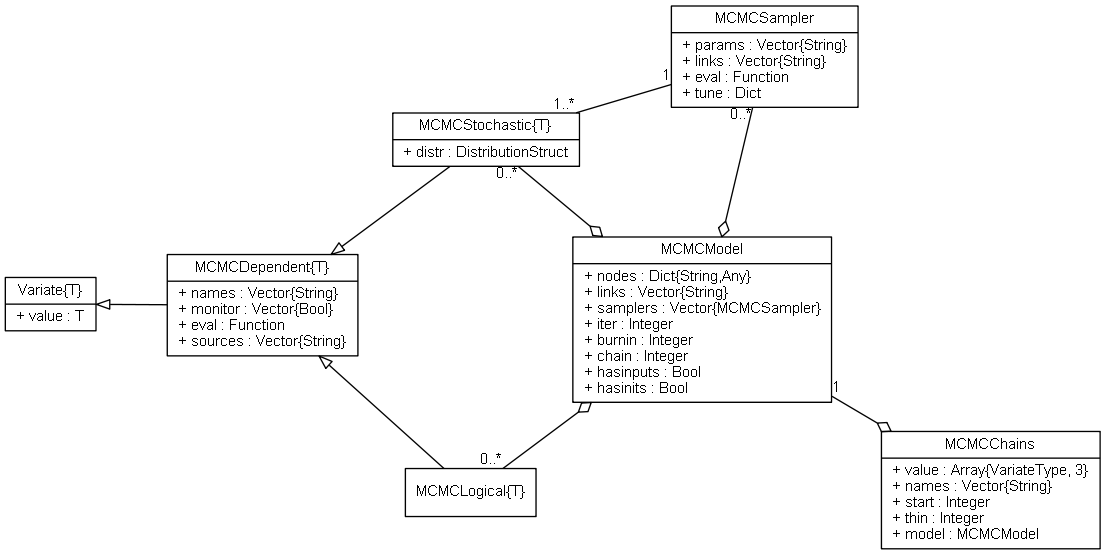
Above: doc/images/mcmcUML.png in brian-j-smith/Mamba.jl (Graphviz), before the change. Its source is kept beside it as doc/images/mcmcUML.dot.
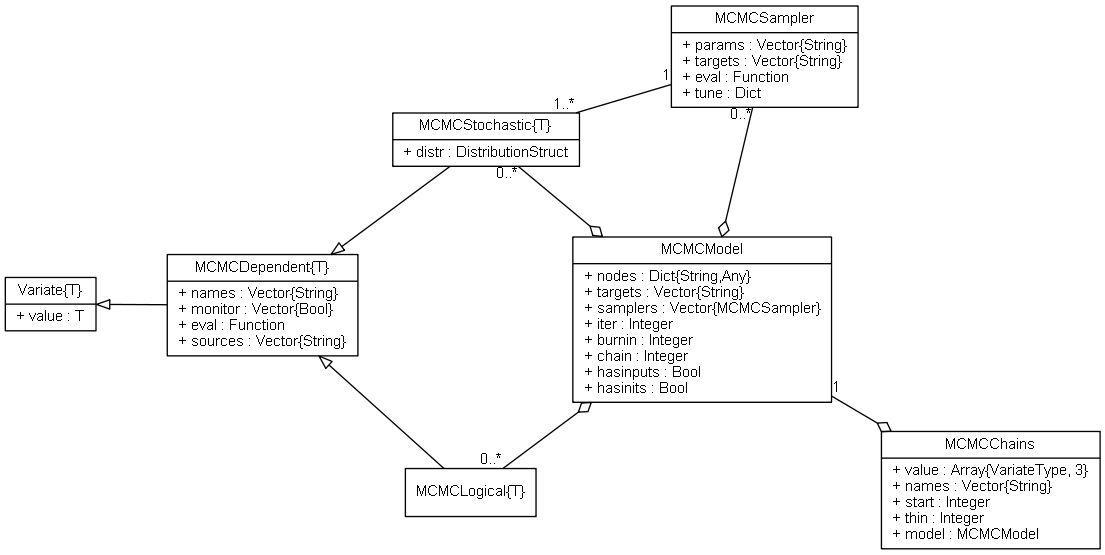
After the change.

Commit message:
Renamed MCMCModel and MCMCSampler field links to targets.

The edit, as a diff of the source:
```diff
@@ -16,9 +16,9 @@
 
 	MCMCStochastic [label = "{MCMCStochastic\{T\}|+ distr : DistributionStruct\l}"]
 
-	MCMCSampler [label = "{MCMCSampler|+ params : Vector\{String\}\l+ links : Vector\{String\}\l+ eval : Function\l+ tune : Dict\l}"]
+	MCMCSampler [label = "{MCMCSampler|+ params : Vector\{String\}\l+ targets : Vector\{String\}\l+ eval : Function\l+ tune : Dict\l}"]
 
-	MCMCModel [label = "{MCMCModel|+ nodes : Dict\{String,Any\}\l+ links : Vector\{String\}\l+ samplers : Vector\{MCMCSampler\}\l+ iter : Integer\l+ burnin : Integer\l+ chain : Integer\l+ hasinputs : Bool\l+ hasinits : Bool\l}"]
+	MCMCModel [label = "{MCMCModel|+ nodes : Dict\{String,Any\}\l+ targets : Vector\{String\}\l+ samplers : Vector\{MCMCSampler\}\l+ iter : Integer\l+ burnin : Integer\l+ chain : Integer\l+ hasinputs : Bool\l+ hasinits : Bool\l}"]
 
 	MCMCChains [label = "{MCMCChains|+ value : Array\{VariateType, 3\}\l+ names : Vector\{String\}\l+ start : Integer\l+ thin : Integer\l+ model : MCMCModel\l}"]
 
```
